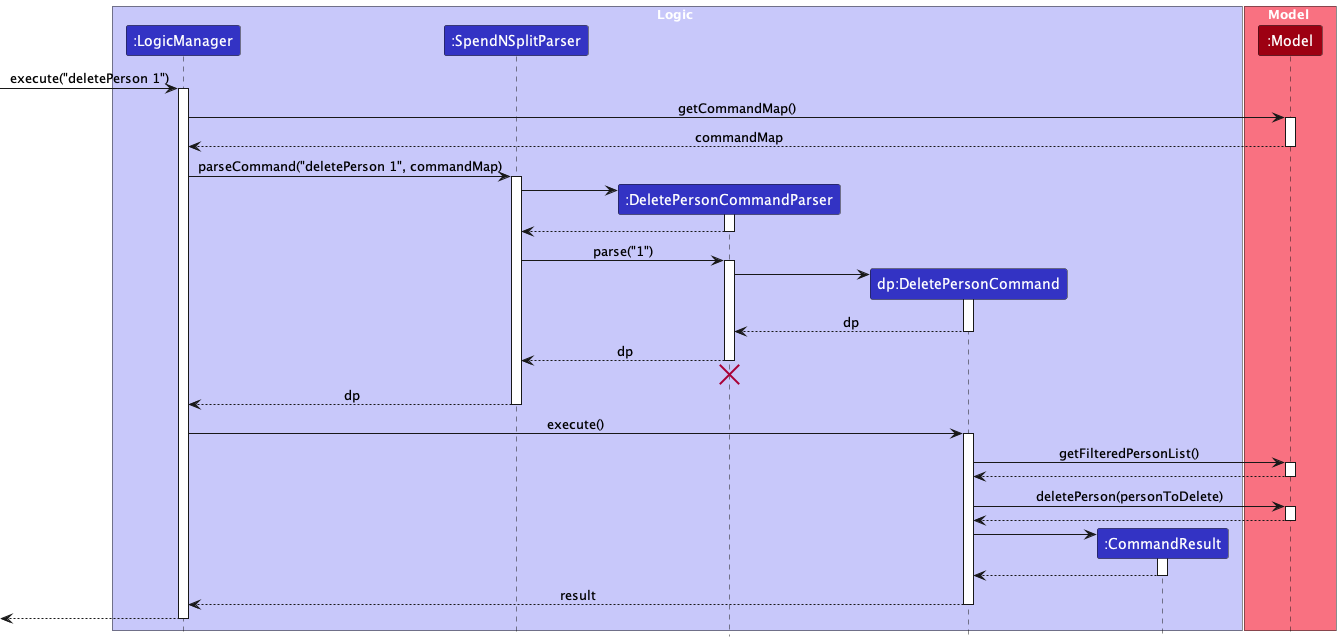
wui-hong/tp keeps this PlantUML diagram as docs/images/DeletePersonSequenceDiagram.png. Above is the earlier version.
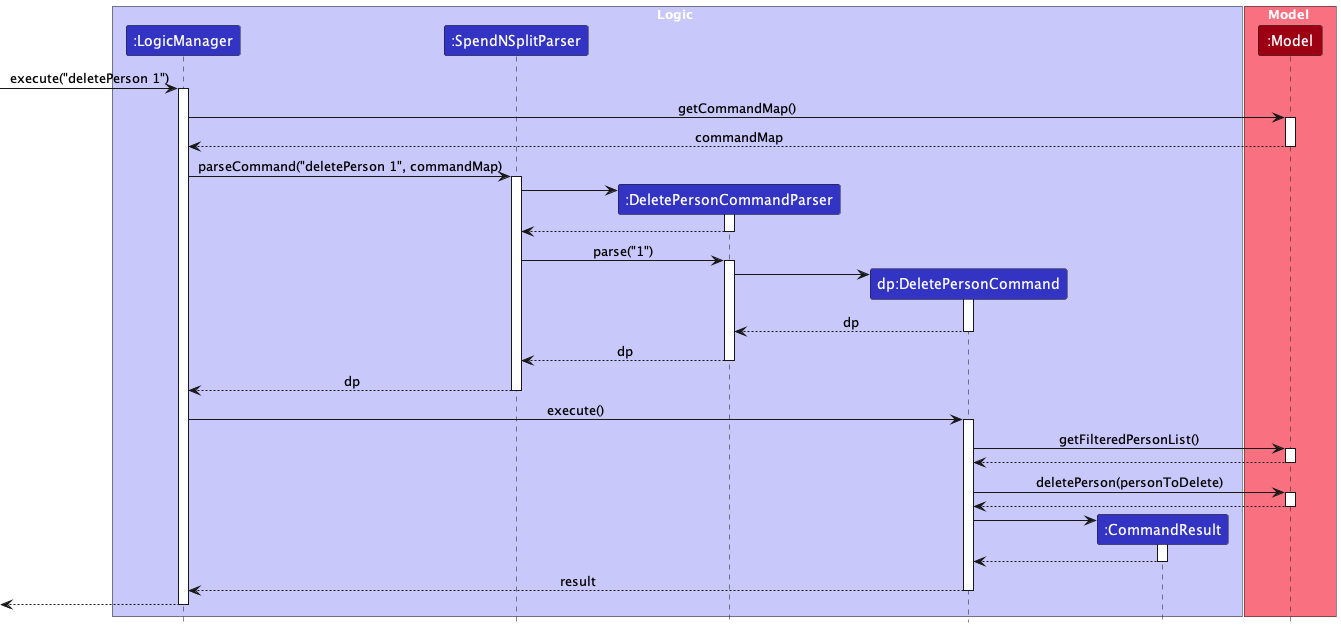
The same file after the commit.

Commit message:
Remove object deletion notation in person-related sequence diagrams

The edit, as a diff of the source:
```diff
@@ -44,8 +44,6 @@
 
 DeletePersonCommandParser --> SpendNSplitParser : dp
 deactivate DeletePersonCommandParser
-DeletePersonCommandParser -[hidden]-> SpendNSplitParser
-destroy DeletePersonCommandParser
 
 SpendNSplitParser --> LogicManager : dp
 deactivate SpendNSplitParser
```
